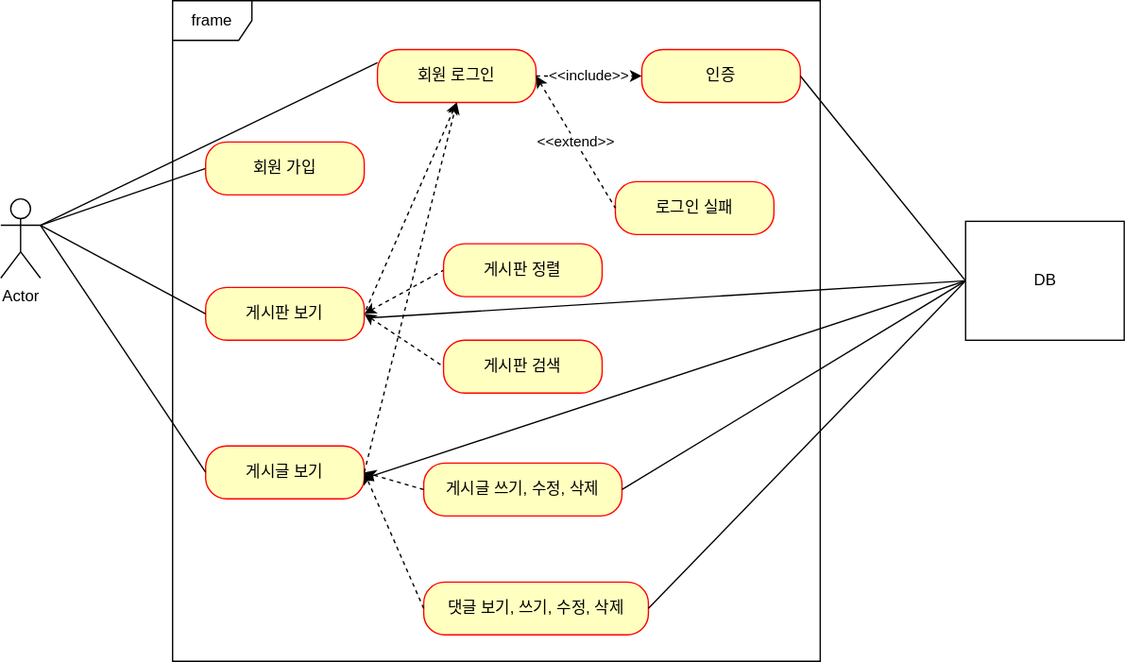
Kminss/SpringBoot-Board keeps this draw.io diagram as document/use-case.svg. Above is the earlier version. Source tidied: cells renumbered, new cells last; positions are measured from the earlier drawing's top-left corner, leaving out a move shared by most shapes.
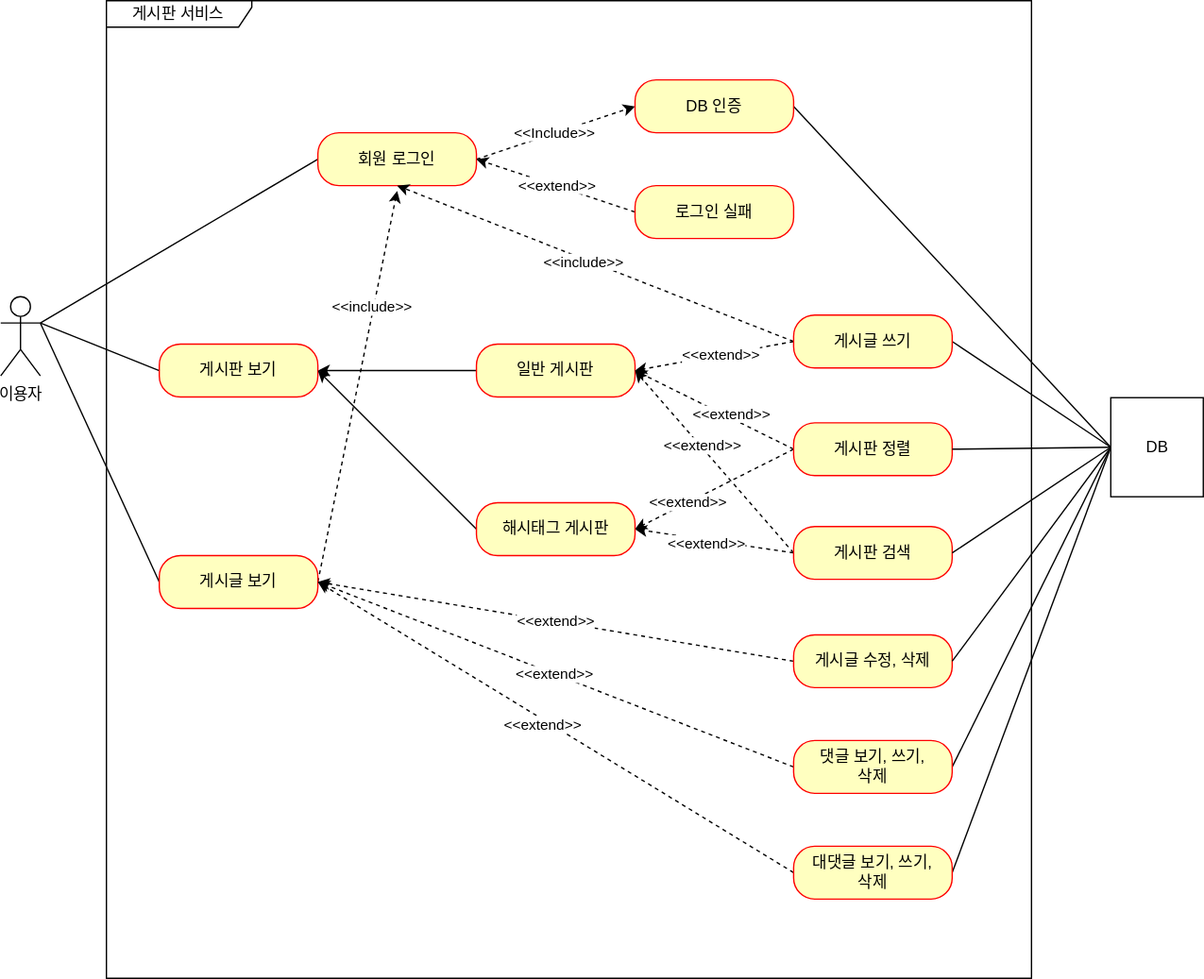
The same diagram one commit later.

Commit message:
use-case update

Diff of the diagram source:
```diff
@@ -2,110 +2,165 @@
   <root>
     <mxCell id="0" />
     <mxCell id="1" parent="0" />
-    <mxCell id="2" style="rounded=0;jettySize=auto;html=1;exitX=1;exitY=0.3333333333333333;exitDx=0;exitDy=0;exitPerimeter=0;entryX=0;entryY=0.5;entryDx=0;entryDy=0;endArrow=none;endFill=0;" parent="1" edge="1" source="3" target="5">
-      <mxGeometry relative="1" as="geometry" />
-    </mxCell>
-    <mxCell id="3" value="Actor" style="shape=umlActor;verticalLabelPosition=bottom;verticalAlign=top;html=1;outlineConnect=0;" parent="1" vertex="1">
-      <mxGeometry y="150" width="30" height="60" as="geometry" />
-    </mxCell>
-    <mxCell id="4" value="frame" style="shape=umlFrame;whiteSpace=wrap;html=1;" parent="1" vertex="1">
-      <mxGeometry x="130" width="490" height="500" as="geometry" />
-    </mxCell>
-    <mxCell id="5" value="회원 가입" style="rounded=1;whiteSpace=wrap;html=1;arcSize=40;fontColor=#000000;fillColor=#ffffc0;strokeColor=#ff0000;" parent="1" vertex="1">
-      <mxGeometry x="155" y="107" width="120" height="40" as="geometry" />
-    </mxCell>
-    <mxCell id="6" style="edgeStyle=none;rounded=0;jettySize=auto;html=1;exitX=1;exitY=0.5;exitDx=0;exitDy=0;entryX=0;entryY=0.5;entryDx=0;entryDy=0;dashed=1;startArrow=classic;startFill=1;endArrow=none;endFill=0;" parent="1" edge="1" source="8" target="13">
-      <mxGeometry relative="1" as="geometry" />
-    </mxCell>
-    <mxCell id="7" style="edgeStyle=none;rounded=0;jettySize=auto;html=1;exitX=1;exitY=0.5;exitDx=0;exitDy=0;entryX=0;entryY=0.5;entryDx=0;entryDy=0;dashed=1;startArrow=classic;startFill=1;endArrow=none;endFill=0;" parent="1" edge="1" source="8" target="14">
-      <mxGeometry relative="1" as="geometry" />
-    </mxCell>
+    <mxCell id="33" value="이용자" style="shape=umlActor;verticalLabelPosition=bottom;verticalAlign=top;html=1;" parent="1" vertex="1">
+      <mxGeometry x="-10" y="214" width="30" height="60" as="geometry" />
+    </mxCell>
+    <mxCell id="34" value="게시판 서비스" style="shape=umlFrame;whiteSpace=wrap;html=1;width=110;height=20;" parent="1" vertex="1">
+      <mxGeometry x="70" y="-10" width="700" height="740" as="geometry" />
+    </mxCell>
+    <mxCell id="35" style="rounded=0;jettySize=auto;html=1;exitX=0;exitY=0.5;exitDx=0;exitDy=0;entryX=1;entryY=0.5;entryDx=0;entryDy=0;" parent="1" edge="1" source="36" target="8">
+      <mxGeometry relative="1" as="geometry" />
+    </mxCell>
+    <mxCell id="36" value="일반 게시판" style="rounded=1;whiteSpace=wrap;html=1;arcSize=40;fontColor=#000000;fillColor=#ffffc0;strokeColor=#ff0000;" parent="1" vertex="1">
+      <mxGeometry x="350" y="250" width="120" height="40" as="geometry" />
+    </mxCell>
+    <mxCell id="37" style="edgeStyle=none;rounded=0;jettySize=auto;html=1;exitX=0;exitY=0.5;exitDx=0;exitDy=0;entryX=1;entryY=0.3333333333333333;entryDx=0;entryDy=0;entryPerimeter=0;endArrow=none;endFill=0;" parent="1" edge="1" source="8" target="33">
+      <mxGeometry relative="1" as="geometry" />
+    </mxCell>
     <mxCell id="8" value="게시판 보기" style="rounded=1;whiteSpace=wrap;html=1;arcSize=40;fontColor=#000000;fillColor=#ffffc0;strokeColor=#ff0000;" parent="1" vertex="1">
-      <mxGeometry x="155" y="217" width="120" height="40" as="geometry" />
+      <mxGeometry x="110" y="250" width="120" height="40" as="geometry" />
     </mxCell>
+    <mxCell id="38" style="edgeStyle=none;rounded=0;jettySize=auto;html=1;exitX=0;exitY=0.5;exitDx=0;exitDy=0;endArrow=none;endFill=0;" parent="1" edge="1" source="9">
+      <mxGeometry relative="1" as="geometry">
+        <mxPoint x="20" y="234" as="targetPoint" />
+      </mxGeometry>
+    </mxCell>
+    <mxCell id="39" style="edgeStyle=none;rounded=0;jettySize=auto;html=1;exitX=1;exitY=0.5;exitDx=0;exitDy=0;dashed=1;endArrow=classic;endFill=1;" parent="1" edge="1" source="9">
+      <mxGeometry relative="1" as="geometry">
+        <mxPoint x="290" y="134" as="targetPoint" />
+      </mxGeometry>
+    </mxCell>
+    <mxCell id="40" value="&amp;lt;&amp;lt;include&amp;gt;&amp;gt;" style="edgeLabel;html=1;align=center;verticalAlign=middle;" parent="39" vertex="1">
+      <mxGeometry x="0.41" y="2" relative="1" as="geometry" />
+    </mxCell>
     <mxCell id="9" value="게시글 보기" style="rounded=1;whiteSpace=wrap;html=1;arcSize=40;fontColor=#000000;fillColor=#ffffc0;strokeColor=#ff0000;" parent="1" vertex="1">
-      <mxGeometry x="155" y="337" width="120" height="40" as="geometry" />
+      <mxGeometry x="110" y="410" width="120" height="40" as="geometry" />
     </mxCell>
-    <mxCell id="10" value="게시글 쓰기, 수정, 삭제" style="rounded=1;whiteSpace=wrap;html=1;arcSize=40;fontColor=#000000;fillColor=#ffffc0;strokeColor=#ff0000;" parent="1" vertex="1">
-      <mxGeometry x="320" y="350" width="150" height="40" as="geometry" />
-    </mxCell>
-    <mxCell id="11" value="인증" style="rounded=1;whiteSpace=wrap;html=1;arcSize=40;fontColor=#000000;fillColor=#ffffc0;strokeColor=#ff0000;" parent="1" vertex="1">
-      <mxGeometry x="485" y="37" width="120" height="40" as="geometry" />
-    </mxCell>
+    <mxCell id="41" style="edgeStyle=none;rounded=0;jettySize=auto;html=1;exitX=0;exitY=0.5;exitDx=0;exitDy=0;endArrow=none;endFill=0;" parent="1" edge="1" source="18">
+      <mxGeometry relative="1" as="geometry">
+        <mxPoint x="20" y="234" as="targetPoint" />
+      </mxGeometry>
+    </mxCell>
+    <mxCell id="42" value="&amp;lt;&amp;lt;Include&amp;gt;&amp;gt;" style="rounded=0;jettySize=auto;html=1;exitX=1;exitY=0.5;exitDx=0;exitDy=0;entryX=0;entryY=0.5;entryDx=0;entryDy=0;dashed=1;" parent="1" edge="1" source="18" target="44">
+      <mxGeometry relative="1" as="geometry" />
+    </mxCell>
+    <mxCell id="18" value="회원 로그인" style="rounded=1;whiteSpace=wrap;html=1;arcSize=40;fontColor=#000000;fillColor=#ffffc0;strokeColor=#ff0000;" parent="1" vertex="1">
+      <mxGeometry x="230" y="90" width="120" height="40" as="geometry" />
+    </mxCell>
+    <mxCell id="43" style="edgeStyle=none;rounded=0;jettySize=auto;html=1;exitX=1;exitY=0.5;exitDx=0;exitDy=0;entryX=0;entryY=0.5;entryDx=0;entryDy=0;endArrow=none;endFill=0;" parent="1" edge="1" source="44" target="27">
+      <mxGeometry relative="1" as="geometry" />
+    </mxCell>
+    <mxCell id="44" value="DB 인증" style="rounded=1;whiteSpace=wrap;html=1;arcSize=40;fontColor=#000000;fillColor=#ffffc0;strokeColor=#ff0000;" parent="1" vertex="1">
+      <mxGeometry x="470" y="50" width="120" height="40" as="geometry" />
+    </mxCell>
+    <mxCell id="45" value="&amp;lt;&amp;lt;extend&amp;gt;&amp;gt;" style="edgeStyle=none;rounded=0;jettySize=auto;html=1;exitX=0;exitY=0.5;exitDx=0;exitDy=0;entryX=1;entryY=0.5;entryDx=0;entryDy=0;endArrow=classic;endFill=1;dashed=1;" parent="1" edge="1" source="12" target="18">
+      <mxGeometry relative="1" as="geometry" />
+    </mxCell>
     <mxCell id="12" value="로그인 실패" style="rounded=1;whiteSpace=wrap;html=1;arcSize=40;fontColor=#000000;fillColor=#ffffc0;strokeColor=#ff0000;" parent="1" vertex="1">
-      <mxGeometry x="465" y="137" width="120" height="40" as="geometry" />
+      <mxGeometry x="470" y="130" width="120" height="40" as="geometry" />
     </mxCell>
+    <mxCell id="46" style="edgeStyle=none;rounded=0;jettySize=auto;html=1;exitX=0;exitY=0.5;exitDx=0;exitDy=0;entryX=1;entryY=0.5;entryDx=0;entryDy=0;dashed=1;endArrow=classic;endFill=1;" parent="1" edge="1" source="13" target="36">
+      <mxGeometry relative="1" as="geometry" />
+    </mxCell>
+    <mxCell id="47" value="&amp;lt;&amp;lt;extend&amp;gt;&amp;gt;" style="edgeLabel;html=1;align=center;verticalAlign=middle;" parent="46" vertex="1">
+      <mxGeometry x="-0.18" y="-3" relative="1" as="geometry" />
+    </mxCell>
+    <mxCell id="48" style="edgeStyle=none;rounded=0;jettySize=auto;html=1;exitX=0;exitY=0.5;exitDx=0;exitDy=0;entryX=1;entryY=0.5;entryDx=0;entryDy=0;dashed=1;" parent="1" edge="1" source="13" target="65">
+      <mxGeometry relative="1" as="geometry" />
+    </mxCell>
+    <mxCell id="49" value="&amp;lt;&amp;lt;extend&amp;gt;&amp;gt;" style="edgeLabel;html=1;align=center;verticalAlign=middle;" parent="48" vertex="1">
+      <mxGeometry x="0.33" relative="1" as="geometry">
+        <mxPoint x="-1" as="offset" />
+      </mxGeometry>
+    </mxCell>
     <mxCell id="13" value="게시판 정렬" style="rounded=1;whiteSpace=wrap;html=1;arcSize=40;fontColor=#000000;fillColor=#ffffc0;strokeColor=#ff0000;" parent="1" vertex="1">
-      <mxGeometry x="335" y="184" width="120" height="40" as="geometry" />
+      <mxGeometry x="590" y="309.5" width="120" height="40" as="geometry" />
     </mxCell>
+    <mxCell id="50" style="edgeStyle=none;rounded=0;jettySize=auto;html=1;exitX=0;exitY=0.5;exitDx=0;exitDy=0;dashed=1;endArrow=classic;endFill=1;entryX=1;entryY=0.5;entryDx=0;entryDy=0;" parent="1" edge="1" source="14" target="36">
+      <mxGeometry relative="1" as="geometry" />
+    </mxCell>
+    <mxCell id="51" value="&amp;lt;&amp;lt;extend&amp;gt;&amp;gt;" style="edgeLabel;html=1;align=center;verticalAlign=middle;" parent="50" vertex="1">
+      <mxGeometry x="0.18" y="-1" relative="1" as="geometry" />
+    </mxCell>
+    <mxCell id="52" style="edgeStyle=none;rounded=0;jettySize=auto;html=1;exitX=0;exitY=0.5;exitDx=0;exitDy=0;entryX=1;entryY=0.5;entryDx=0;entryDy=0;dashed=1;" parent="1" edge="1" source="14" target="65">
+      <mxGeometry relative="1" as="geometry" />
+    </mxCell>
+    <mxCell id="53" value="&amp;lt;&amp;lt;extend&amp;gt;&amp;gt;" style="edgeLabel;html=1;align=center;verticalAlign=middle;" parent="52" vertex="1">
+      <mxGeometry x="0.11" y="2" relative="1" as="geometry">
+        <mxPoint x="1" as="offset" />
+      </mxGeometry>
+    </mxCell>
     <mxCell id="14" value="게시판 검색" style="rounded=1;whiteSpace=wrap;html=1;arcSize=40;fontColor=#000000;fillColor=#ffffc0;strokeColor=#ff0000;" parent="1" vertex="1">
-      <mxGeometry x="335" y="257" width="120" height="40" as="geometry" />
+      <mxGeometry x="590" y="388" width="120" height="40" as="geometry" />
     </mxCell>
-    <mxCell id="15" value="댓글 보기, 쓰기, 수정, 삭제" style="rounded=1;whiteSpace=wrap;html=1;arcSize=40;fontColor=#000000;fillColor=#ffffc0;strokeColor=#ff0000;" parent="1" vertex="1">
-      <mxGeometry x="320" y="440" width="170" height="40" as="geometry" />
-    </mxCell>
-    <mxCell id="16" style="edgeStyle=orthogonalEdgeStyle;rounded=0;orthogonalLoop=1;jettySize=auto;html=1;exitX=0.5;exitY=1;exitDx=0;exitDy=0;" parent="1" edge="1" source="9" target="9">
-      <mxGeometry relative="1" as="geometry" />
-    </mxCell>
-    <mxCell id="17" style="edgeStyle=none;rounded=0;jettySize=auto;html=1;exitX=0.5;exitY=1;exitDx=0;exitDy=0;entryX=1;entryY=0.5;entryDx=0;entryDy=0;dashed=1;startArrow=classic;startFill=1;endArrow=none;endFill=0;" parent="1" edge="1" source="18" target="8">
-      <mxGeometry relative="1" as="geometry" />
-    </mxCell>
-    <mxCell id="18" value="회원 로그인" style="rounded=1;whiteSpace=wrap;html=1;arcSize=40;fontColor=#000000;fillColor=#ffffc0;strokeColor=#ff0000;" parent="1" vertex="1">
-      <mxGeometry x="285" y="37" width="120" height="40" as="geometry" />
-    </mxCell>
-    <mxCell id="19" value="&amp;lt;&amp;lt;extend&amp;gt;&amp;gt;" style="endArrow=none;html=1;rounded=0;entryX=0;entryY=0.5;entryDx=0;entryDy=0;exitX=1;exitY=0.5;exitDx=0;exitDy=0;endFill=0;startArrow=classic;startFill=1;dashed=1;" parent="1" edge="1" source="18" target="12">
-      <mxGeometry relative="1" as="geometry" />
-    </mxCell>
-    <mxCell id="20" style="endArrow=none;html=1;rounded=0;entryX=0;entryY=0.25;entryDx=0;entryDy=0;" parent="1" edge="1" target="18">
-      <mxGeometry relative="1" as="geometry">
-        <mxPoint x="30" y="170" as="sourcePoint" />
-      </mxGeometry>
-    </mxCell>
-    <mxCell id="21" style="rounded=0;jettySize=auto;html=1;exitX=1;exitY=0.3333333333333333;exitDx=0;exitDy=0;exitPerimeter=0;entryX=0;entryY=0.5;entryDx=0;entryDy=0;endArrow=none;endFill=0;" parent="1" edge="1" source="3" target="8">
-      <mxGeometry relative="1" as="geometry" />
-    </mxCell>
-    <mxCell id="22" style="rounded=0;jettySize=auto;html=1;entryX=0;entryY=0.5;entryDx=0;entryDy=0;endArrow=none;endFill=0;" parent="1" edge="1" target="9">
-      <mxGeometry relative="1" as="geometry">
-        <mxPoint x="30" y="170" as="sourcePoint" />
-      </mxGeometry>
-    </mxCell>
-    <mxCell id="23" value="&amp;lt;&amp;lt;include&amp;gt;&amp;gt;" style="endArrow=classic;html=1;rounded=0;entryX=0;entryY=0.5;entryDx=0;entryDy=0;exitX=1;exitY=0.5;exitDx=0;exitDy=0;dashed=1;endFill=1;" parent="1" edge="1" source="18" target="11">
-      <mxGeometry relative="1" as="geometry">
-        <Array as="points">
-          <mxPoint x="445" y="57" />
-        </Array>
-      </mxGeometry>
-    </mxCell>
-    <mxCell id="24" style="endArrow=classic;html=1;rounded=0;dashed=1;exitX=1;exitY=0.5;exitDx=0;exitDy=0;entryX=0.5;entryY=1;entryDx=0;entryDy=0;" parent="1" edge="1" source="9" target="18">
-      <mxGeometry relative="1" as="geometry" />
-    </mxCell>
-    <mxCell id="25" style="endArrow=classic;html=1;rounded=0;dashed=1;exitX=0;exitY=0.5;exitDx=0;exitDy=0;entryX=1;entryY=0.5;entryDx=0;entryDy=0;" parent="1" edge="1" source="15" target="9">
-      <mxGeometry relative="1" as="geometry" />
-    </mxCell>
-    <mxCell id="26" style="endArrow=classic;html=1;rounded=0;dashed=1;exitX=0;exitY=0.5;exitDx=0;exitDy=0;entryX=1;entryY=0.5;entryDx=0;entryDy=0;" parent="1" edge="1" source="10" target="9">
-      <mxGeometry relative="1" as="geometry" />
-    </mxCell>
+    <mxCell id="54" value="&amp;lt;&amp;lt;extend&amp;gt;&amp;gt;" style="edgeStyle=none;rounded=0;jettySize=auto;html=1;exitX=0;exitY=0.5;exitDx=0;exitDy=0;entryX=1;entryY=0.5;entryDx=0;entryDy=0;dashed=1;endArrow=classic;endFill=1;" parent="1" edge="1" source="55" target="9">
+      <mxGeometry relative="1" as="geometry" />
+    </mxCell>
+    <mxCell id="55" value="게시글 수정, 삭제" style="rounded=1;whiteSpace=wrap;html=1;arcSize=40;fontColor=#000000;fillColor=#ffffc0;strokeColor=#ff0000;" parent="1" vertex="1">
+      <mxGeometry x="590" y="470" width="120" height="40" as="geometry" />
+    </mxCell>
+    <mxCell id="56" style="edgeStyle=none;rounded=0;jettySize=auto;html=1;exitX=0;exitY=0.5;exitDx=0;exitDy=0;dashed=1;endArrow=classic;endFill=1;entryX=1;entryY=0.5;entryDx=0;entryDy=0;" parent="1" edge="1" source="59" target="9">
+      <mxGeometry relative="1" as="geometry" />
+    </mxCell>
+    <mxCell id="57" value="&amp;lt;&amp;lt;extend&amp;gt;&amp;gt;" style="edgeLabel;html=1;align=center;verticalAlign=middle;" parent="56" vertex="1">
+      <mxGeometry x="0.01" relative="1" as="geometry" />
+    </mxCell>
+    <mxCell id="58" style="edgeStyle=none;rounded=0;jettySize=auto;html=1;exitX=1;exitY=0.5;exitDx=0;exitDy=0;endArrow=none;endFill=0;entryX=0;entryY=0.5;entryDx=0;entryDy=0;" parent="1" edge="1" source="59" target="27">
+      <mxGeometry relative="1" as="geometry" />
+    </mxCell>
+    <mxCell id="59" value="댓글 보기, 쓰기,&lt;br&gt;삭제" style="rounded=1;whiteSpace=wrap;html=1;arcSize=40;fontColor=#000000;fillColor=#ffffc0;strokeColor=#ff0000;" parent="1" vertex="1">
+      <mxGeometry x="590" y="550" width="120" height="40" as="geometry" />
+    </mxCell>
+    <mxCell id="60" style="edgeStyle=none;rounded=0;jettySize=auto;html=1;exitX=0;exitY=0.5;exitDx=0;exitDy=0;entryX=1;entryY=0.5;entryDx=0;entryDy=0;endArrow=none;endFill=0;" parent="1" edge="1" source="27" target="55">
+      <mxGeometry relative="1" as="geometry" />
+    </mxCell>
+    <mxCell id="61" style="edgeStyle=none;rounded=0;jettySize=auto;html=1;exitX=0;exitY=0.5;exitDx=0;exitDy=0;entryX=1;entryY=0.5;entryDx=0;entryDy=0;endArrow=none;endFill=0;" parent="1" edge="1" source="27" target="14">
+      <mxGeometry relative="1" as="geometry" />
+    </mxCell>
+    <mxCell id="62" style="edgeStyle=none;rounded=0;jettySize=auto;html=1;exitX=0;exitY=0.5;exitDx=0;exitDy=0;entryX=1;entryY=0.5;entryDx=0;entryDy=0;endArrow=none;endFill=0;" parent="1" edge="1" source="27" target="13">
+      <mxGeometry relative="1" as="geometry" />
+    </mxCell>
+    <mxCell id="63" style="edgeStyle=none;rounded=0;jettySize=auto;html=1;exitX=0;exitY=0.5;exitDx=0;exitDy=0;entryX=1;entryY=0.5;entryDx=0;entryDy=0;endArrow=none;endFill=0;" parent="1" edge="1" source="27" target="71">
+      <mxGeometry relative="1" as="geometry" />
+    </mxCell>
     <mxCell id="27" value="DB" style="html=1;" parent="1" vertex="1">
-      <mxGeometry x="730" y="167" width="120" height="90" as="geometry" />
+      <mxGeometry x="830" y="290.5" width="70" height="75" as="geometry" />
     </mxCell>
-    <mxCell id="28" style="endArrow=none;html=1;rounded=0;entryX=0;entryY=0.5;entryDx=0;entryDy=0;exitX=1;exitY=0.5;exitDx=0;exitDy=0;" parent="1" edge="1" source="11" target="27">
-      <mxGeometry relative="1" as="geometry" />
-    </mxCell>
-    <mxCell id="29" style="endArrow=none;html=1;rounded=0;entryX=0;entryY=0.5;entryDx=0;entryDy=0;" parent="1" edge="1" target="27">
-      <mxGeometry relative="1" as="geometry">
-        <mxPoint x="280" y="240" as="sourcePoint" />
-      </mxGeometry>
-    </mxCell>
-    <mxCell id="30" style="endArrow=none;html=1;rounded=0;entryX=0;entryY=0.5;entryDx=0;entryDy=0;" parent="1" edge="1" target="27">
-      <mxGeometry relative="1" as="geometry">
-        <mxPoint x="280" y="360" as="sourcePoint" />
-      </mxGeometry>
-    </mxCell>
-    <mxCell id="31" style="endArrow=none;html=1;rounded=0;entryX=1;entryY=0.5;entryDx=0;entryDy=0;exitX=0;exitY=0.5;exitDx=0;exitDy=0;" parent="1" edge="1" source="27" target="15">
-      <mxGeometry relative="1" as="geometry" />
-    </mxCell>
-    <mxCell id="32" style="endArrow=none;html=1;rounded=0;entryX=1;entryY=0.5;entryDx=0;entryDy=0;exitX=0;exitY=0.5;exitDx=0;exitDy=0;" parent="1" edge="1" source="27" target="10">
-      <mxGeometry relative="1" as="geometry" />
-    </mxCell>
+    <mxCell id="64" style="jettySize=auto;html=1;exitX=0;exitY=0.5;exitDx=0;exitDy=0;entryX=1;entryY=0.5;entryDx=0;entryDy=0;rounded=0;" parent="1" edge="1" source="65" target="8">
+      <mxGeometry relative="1" as="geometry" />
+    </mxCell>
+    <mxCell id="65" value="해시태그 게시판" style="rounded=1;whiteSpace=wrap;html=1;arcSize=40;fontColor=#000000;fillColor=#ffffc0;strokeColor=#ff0000;" parent="1" vertex="1">
+      <mxGeometry x="350" y="370" width="120" height="40" as="geometry" />
+    </mxCell>
+    <mxCell id="66" style="edgeStyle=none;rounded=0;orthogonalLoop=1;jettySize=auto;html=1;exitX=0;exitY=0.5;exitDx=0;exitDy=0;" parent="1" edge="1" source="14" target="14">
+      <mxGeometry relative="1" as="geometry" />
+    </mxCell>
+    <mxCell id="67" style="edgeStyle=none;rounded=0;jettySize=auto;html=1;exitX=0;exitY=0.5;exitDx=0;exitDy=0;entryX=1;entryY=0.5;entryDx=0;entryDy=0;dashed=1;" parent="1" edge="1" source="71" target="36">
+      <mxGeometry relative="1" as="geometry" />
+    </mxCell>
+    <mxCell id="68" value="&amp;lt;&amp;lt;extend&amp;gt;&amp;gt;" style="edgeLabel;html=1;align=center;verticalAlign=middle;" parent="67" vertex="1">
+      <mxGeometry x="-0.09" y="-1" relative="1" as="geometry" />
+    </mxCell>
+    <mxCell id="69" style="edgeStyle=none;rounded=0;jettySize=auto;html=1;exitX=0;exitY=0.5;exitDx=0;exitDy=0;entryX=0.5;entryY=1;entryDx=0;entryDy=0;endArrow=classic;endFill=1;dashed=1;" parent="1" edge="1" source="71" target="18">
+      <mxGeometry relative="1" as="geometry" />
+    </mxCell>
+    <mxCell id="70" value="&amp;lt;&amp;lt;include&amp;gt;&amp;gt;" style="edgeLabel;html=1;align=center;verticalAlign=middle;" parent="69" vertex="1">
+      <mxGeometry x="0.06" y="2" relative="1" as="geometry" />
+    </mxCell>
+    <mxCell id="71" value="게시글 쓰기" style="rounded=1;whiteSpace=wrap;html=1;arcSize=40;fontColor=#000000;fillColor=#ffffc0;strokeColor=#ff0000;" parent="1" vertex="1">
+      <mxGeometry x="590" y="228" width="120" height="40" as="geometry" />
+    </mxCell>
+    <mxCell id="72" style="edgeStyle=none;rounded=0;jettySize=auto;html=1;exitX=0;exitY=0.5;exitDx=0;exitDy=0;entryX=1;entryY=0.5;entryDx=0;entryDy=0;endArrow=classic;endFill=1;dashed=1;" parent="1" edge="1" source="75" target="9">
+      <mxGeometry relative="1" as="geometry" />
+    </mxCell>
+    <mxCell id="73" value="&amp;lt;&amp;lt;extend&amp;gt;&amp;gt;" style="edgeLabel;html=1;align=center;verticalAlign=middle;" parent="72" vertex="1">
+      <mxGeometry x="0.05" y="3" relative="1" as="geometry" />
+    </mxCell>
+    <mxCell id="74" style="edgeStyle=none;rounded=0;jettySize=auto;html=1;exitX=1;exitY=0.5;exitDx=0;exitDy=0;entryX=0;entryY=0.5;entryDx=0;entryDy=0;endArrow=none;endFill=0;" parent="1" edge="1" source="75" target="27">
+      <mxGeometry relative="1" as="geometry" />
+    </mxCell>
+    <mxCell id="75" value="대댓글 보기, 쓰기,&lt;br&gt;삭제" style="rounded=1;whiteSpace=wrap;html=1;arcSize=40;fontColor=#000000;fillColor=#ffffc0;strokeColor=#ff0000;" parent="1" vertex="1">
+      <mxGeometry x="590" y="630" width="120" height="40" as="geometry" />
+    </mxCell>
   </root>
 </mxGraphModel>
```
